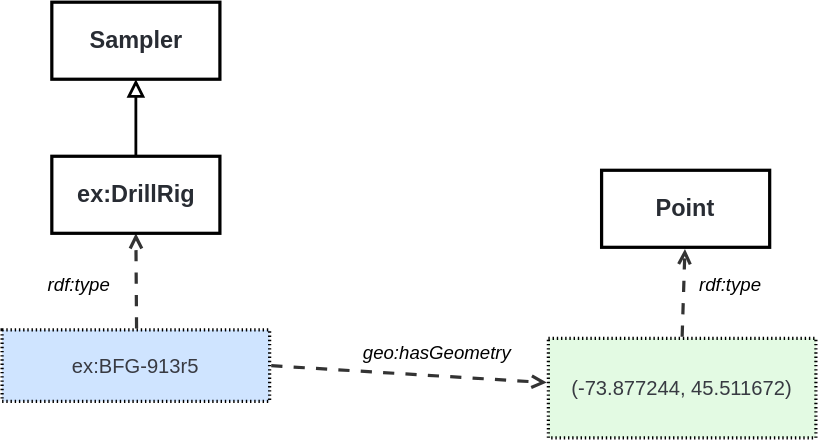
afeliachi/sdw-sosa-ssn keeps this draw.io diagram as ssn/images/LocatedSampler.svg. Above is the earlier version. Source tidied: cells renumbered, new cells last; positions are measured from the earlier drawing's top-left corner, leaving out a move shared by most shapes.
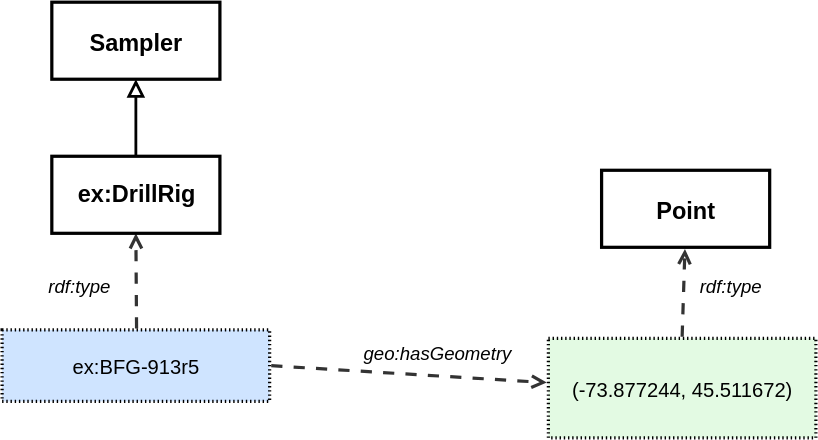
After the commit.

Change to the diagram source:
```diff
@@ -2,42 +2,42 @@
   <root>
     <mxCell id="0" />
     <mxCell id="1" parent="0" />
-    <mxCell id="2" value="&lt;font face=&quot;Helvetica&quot;&gt;ex:BFG-913r5&lt;/font&gt;" style="html=1;overflow=block;blockSpacing=1;whiteSpace=wrap;fontSize=14.4;fontFamily=DejaVu Sans Mono;fontColor=#383a42;align=center;spacing=0;strokeOpacity=100;fillOpacity=100;fillColor=#cfe4ff;dashed=1;fixDash=1;dashPattern=1 2;strokeWidth=2.3;" parent="1" vertex="1">
+    <mxCell id="2" value="&lt;font&gt;ex:BFG-913r5&lt;/font&gt;" style="html=1;overflow=block;blockSpacing=1;whiteSpace=wrap;fontSize=14.4;fontFamily=Helvetica;fontColor=default;align=center;spacing=0;strokeOpacity=100;fillOpacity=100;fillColor=#cfe4ff;dashed=1;fixDash=1;dashPattern=1 2;strokeWidth=2.3;convertToSvg=1;" parent="1" vertex="1">
       <mxGeometry y="234" width="191" height="51" as="geometry" />
     </mxCell>
-    <mxCell id="3" value="Sampler" style="html=1;overflow=block;blockSpacing=1;whiteSpace=wrap;fontSize=16.8;fontColor=#282c33;fontStyle=1;align=center;spacing=0;strokeOpacity=100;fillOpacity=0;fillColor=#000000;strokeWidth=2.3;" parent="1" vertex="1">
+    <mxCell id="3" value="Sampler" style="html=1;overflow=block;blockSpacing=1;whiteSpace=wrap;fontSize=16.8;fontColor=default;fontStyle=1;align=center;spacing=0;strokeOpacity=100;fillOpacity=0;fillColor=#000000;strokeWidth=2.3;convertToSvg=1;fontFamily=Helvetica;" parent="1" vertex="1">
       <mxGeometry x="35.5" width="120" height="55" as="geometry" />
     </mxCell>
-    <mxCell id="4" value="rdf:type" style="html=1;overflow=block;blockSpacing=1;whiteSpace=wrap;fontSize=13.3;fontStyle=2;align=left;spacing=3.8;verticalAlign=top;strokeColor=none;fillOpacity=0;fillColor=#ffffff;dashed=1;fixDash=1;dashPattern=16 6;strokeWidth=0;lucidId=0ZtLoD1I2n68;" parent="1" vertex="1">
+    <mxCell id="4" value="rdf:type" style="html=1;overflow=block;blockSpacing=1;whiteSpace=wrap;fontSize=13.3;fontStyle=2;align=left;spacing=3.8;verticalAlign=top;strokeColor=none;fillOpacity=0;fillColor=#ffffff;dashed=1;fixDash=1;dashPattern=16 6;strokeWidth=0;lucidId=0ZtLoD1I2n68;fontColor=default;convertToSvg=1;fontFamily=Helvetica;" parent="1" vertex="1">
       <mxGeometry x="30" y="192" width="70" height="28" as="geometry" />
     </mxCell>
-    <mxCell id="5" style="html=1;jettySize=18;whiteSpace=wrap;fontSize=13;strokeColor=#333333;strokeOpacity=100;dashed=1;fixDash=1;dashPattern=8 8;strokeWidth=2.3;rounded=0;startArrow=none;endArrow=open;entryX=0.5;entryY=1;lucidId=0ZtLjH5MFli1;entryDx=0;entryDy=0;" parent="1" edge="1" target="13">
+    <mxCell id="5" style="html=1;jettySize=18;whiteSpace=wrap;fontSize=13;strokeColor=#333333;strokeOpacity=100;dashed=1;fixDash=1;dashPattern=8 8;strokeWidth=2.3;rounded=0;startArrow=none;endArrow=open;entryX=0.5;entryY=1;lucidId=0ZtLjH5MFli1;entryDx=0;entryDy=0;fontColor=default;convertToSvg=1;fontFamily=Helvetica;" parent="1" edge="1" target="13">
       <mxGeometry relative="1" as="geometry">
         <mxPoint x="96" y="233" as="sourcePoint" />
       </mxGeometry>
     </mxCell>
-    <mxCell id="6" value="&lt;font face=&quot;Helvetica&quot;&gt;(-73.877244, 45.511672)&lt;/font&gt;" style="points=[[-0.006,0.445,0]];html=1;overflow=block;blockSpacing=1;whiteSpace=wrap;fontSize=14.4;fontFamily=DejaVu Sans Mono;fontColor=#383a42;align=center;spacing=0;strokeOpacity=100;fillOpacity=100;fillColor=#e3fae3;dashed=1;fixDash=1;dashPattern=1 2;strokeWidth=2.3;" parent="1" vertex="1">
+    <mxCell id="6" value="&lt;font&gt;(-73.877244, 45.511672)&lt;/font&gt;" style="points=[[-0.006,0.445,0]];html=1;overflow=block;blockSpacing=1;whiteSpace=wrap;fontSize=14.4;fontFamily=Helvetica;fontColor=default;align=center;spacing=0;strokeOpacity=100;fillOpacity=100;fillColor=#e3fae3;dashed=1;fixDash=1;dashPattern=1 2;strokeWidth=2.3;convertToSvg=1;" parent="1" vertex="1">
       <mxGeometry x="390" y="240" width="191" height="71" as="geometry" />
     </mxCell>
-    <mxCell id="7" style="html=1;jettySize=18;whiteSpace=wrap;fontSize=13;strokeColor=#333333;strokeOpacity=100;dashed=1;fixDash=1;dashPattern=8 8;strokeWidth=2.3;rounded=0;startArrow=none;endArrow=open;exitX=1.006;exitY=0.5;exitPerimeter=0;entryX=-0.006;entryY=0.445;entryPerimeter=0;lucidId=0ZtL0HBQd7HC;" parent="1" edge="1" source="2" target="6">
+    <mxCell id="7" style="html=1;jettySize=18;whiteSpace=wrap;fontSize=13;strokeColor=#333333;strokeOpacity=100;dashed=1;fixDash=1;dashPattern=8 8;strokeWidth=2.3;rounded=0;startArrow=none;endArrow=open;exitX=1.006;exitY=0.5;exitPerimeter=0;entryX=-0.006;entryY=0.445;entryPerimeter=0;lucidId=0ZtL0HBQd7HC;fontColor=default;convertToSvg=1;fontFamily=Helvetica;" parent="1" edge="1" source="2" target="6">
       <mxGeometry relative="1" as="geometry" />
     </mxCell>
-    <mxCell id="8" value="geo:hasGeometry" style="html=1;overflow=block;blockSpacing=1;whiteSpace=wrap;fontSize=13.3;fontStyle=2;align=left;spacing=3.8;verticalAlign=top;strokeColor=none;fillOpacity=0;fillColor=#ffffff;dashed=1;fixDash=1;dashPattern=16 6;strokeWidth=0;lucidId=0ZtLjIqilOCG;" parent="1" vertex="1">
+    <mxCell id="8" value="geo:hasGeometry" style="html=1;overflow=block;blockSpacing=1;whiteSpace=wrap;fontSize=13.3;fontStyle=2;align=left;spacing=3.8;verticalAlign=top;strokeColor=none;fillOpacity=0;fillColor=#ffffff;dashed=1;fixDash=1;dashPattern=16 6;strokeWidth=0;lucidId=0ZtLjIqilOCG;fontColor=default;convertToSvg=1;fontFamily=Helvetica;" parent="1" vertex="1">
       <mxGeometry x="255" y="240" width="101" height="24" as="geometry" />
     </mxCell>
-    <mxCell id="9" value="Point" style="html=1;overflow=block;blockSpacing=1;whiteSpace=wrap;fontSize=16.8;fontColor=#282c33;fontStyle=1;align=center;spacing=0;strokeOpacity=100;fillOpacity=0;fillColor=#000000;strokeWidth=2.3;" parent="1" vertex="1">
+    <mxCell id="9" value="Point" style="html=1;overflow=block;blockSpacing=1;whiteSpace=wrap;fontSize=16.8;fontColor=default;fontStyle=1;align=center;spacing=0;strokeOpacity=100;fillOpacity=0;fillColor=#000000;strokeWidth=2.3;convertToSvg=1;fontFamily=Helvetica;" parent="1" vertex="1">
       <mxGeometry x="428" y="120" width="120" height="55" as="geometry" />
     </mxCell>
-    <mxCell id="10" style="html=1;jettySize=18;whiteSpace=wrap;fontSize=13;strokeColor=#333333;strokeOpacity=100;dashed=1;fixDash=1;dashPattern=8 8;strokeWidth=2.3;rounded=0;startArrow=none;endArrow=open;exitX=0.5;exitY=-0.016;exitPerimeter=0;entryX=0.496;entryY=1.021;entryPerimeter=0;lucidId=P2tL9udR5Qlz;" parent="1" edge="1" source="6" target="9">
+    <mxCell id="10" style="html=1;jettySize=18;whiteSpace=wrap;fontSize=13;strokeColor=#333333;strokeOpacity=100;dashed=1;fixDash=1;dashPattern=8 8;strokeWidth=2.3;rounded=0;startArrow=none;endArrow=open;exitX=0.5;exitY=-0.016;exitPerimeter=0;entryX=0.496;entryY=1.021;entryPerimeter=0;lucidId=P2tL9udR5Qlz;fontColor=default;convertToSvg=1;fontFamily=Helvetica;" parent="1" edge="1" source="6" target="9">
       <mxGeometry relative="1" as="geometry" />
     </mxCell>
-    <mxCell id="11" value="rdf:type" style="html=1;overflow=block;blockSpacing=1;whiteSpace=wrap;fontSize=13.3;fontStyle=2;align=left;spacing=3.8;verticalAlign=top;strokeColor=none;fillOpacity=0;fillColor=#ffffff;dashed=1;fixDash=1;dashPattern=16 6;strokeWidth=0;lucidId=P2tLiGQ9.Ah0;" parent="1" vertex="1">
+    <mxCell id="11" value="rdf:type" style="html=1;overflow=block;blockSpacing=1;whiteSpace=wrap;fontSize=13.3;fontStyle=2;align=left;spacing=3.8;verticalAlign=top;strokeColor=none;fillOpacity=0;fillColor=#ffffff;dashed=1;fixDash=1;dashPattern=16 6;strokeWidth=0;lucidId=P2tLiGQ9.Ah0;fontColor=default;convertToSvg=1;fontFamily=Helvetica;" parent="1" vertex="1">
       <mxGeometry x="495" y="192" width="70" height="28" as="geometry" />
     </mxCell>
-    <mxCell id="12" style="edgeStyle=orthogonalEdgeStyle;rounded=0;jettySize=auto;html=1;exitX=0.5;exitY=0;exitDx=0;exitDy=0;endArrow=block;endFill=0;strokeWidth=2;endSize=8;" parent="1" edge="1" source="13" target="3">
+    <mxCell id="12" style="edgeStyle=orthogonalEdgeStyle;rounded=0;jettySize=auto;html=1;exitX=0.5;exitY=0;exitDx=0;exitDy=0;endArrow=block;endFill=0;strokeWidth=2;endSize=8;fontColor=default;convertToSvg=1;fontFamily=Helvetica;" parent="1" edge="1" source="13" target="3">
       <mxGeometry relative="1" as="geometry" />
     </mxCell>
-    <mxCell id="13" value="ex:&lt;span style=&quot;background-color: transparent; color: light-dark(rgb(40, 44, 51), rgb(196, 200, 206));&quot;&gt;DrillRig&lt;/span&gt;" style="html=1;overflow=block;blockSpacing=1;whiteSpace=wrap;fontSize=16.8;fontColor=#282c33;fontStyle=1;align=center;spacing=0;strokeOpacity=100;fillOpacity=0;fillColor=#000000;strokeWidth=2.3;" parent="1" vertex="1">
+    <mxCell id="13" value="ex:&lt;span style=&quot;background-color: transparent;&quot;&gt;DrillRig&lt;/span&gt;" style="html=1;overflow=block;blockSpacing=1;whiteSpace=wrap;fontSize=16.8;fontColor=default;fontStyle=1;align=center;spacing=0;strokeOpacity=100;fillOpacity=0;fillColor=#000000;strokeWidth=2.3;convertToSvg=1;fontFamily=Helvetica;" parent="1" vertex="1">
       <mxGeometry x="35.5" y="110" width="120" height="55" as="geometry" />
     </mxCell>
   </root>
```
